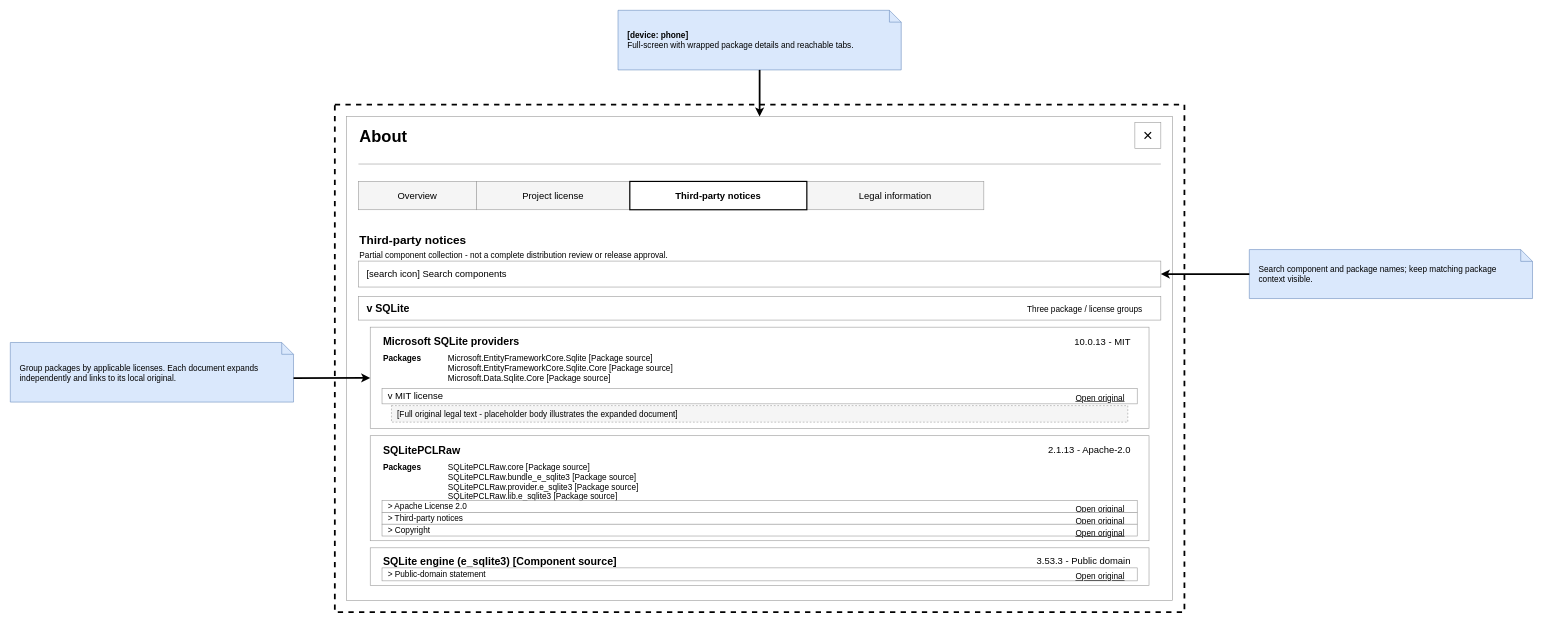
eG-dev/MONkEY keeps this draw.io diagram as docs/design/wireframes/about/about-notices-wireframe.drawio. Above is the earlier version. Source tidied: cells renumbered, new cells numbered last; positions are measured from the earlier drawing's top-left corner, leaving out a move shared by most shapes. Both pictures are drawn from the tidied source at 59%, with x=0, y=0 at pixel (10, 10).
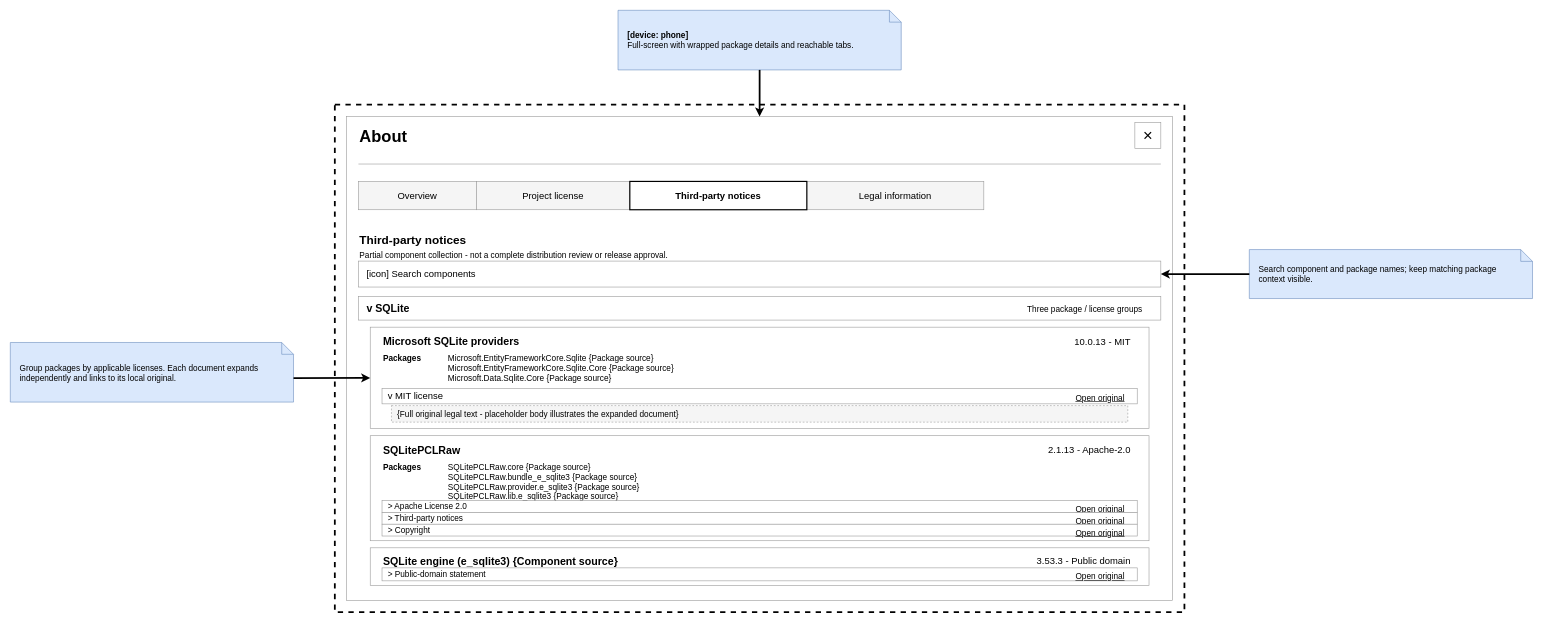
Above is the later version.

Commit message (it also covers changes not shown here):
Apply placeholder and annotation conventions to wireframes (R6 draft)

The edit, as a diff of the source:
```diff
@@
-    <mxCell id="11" value="[search icon] Search components" style="rounded=0;whiteSpace=wrap;html=1;fontFamily=Calibri;fontSize=16;align=left;spacingLeft=12;fillColor=#FFFFFF;strokeColor=#999999;" parent="1" vertex="1">
+    <mxCell id="11" value="[icon] Search components" style="rounded=0;whiteSpace=wrap;html=1;fontFamily=Calibri;fontSize=16;align=left;spacingLeft=12;fillColor=#FFFFFF;strokeColor=#999999;" parent="1" vertex="1">
       <mxGeometry x="590" y="425" width="1360" height="44" as="geometry" />
     </mxCell>
@@
-    <mxCell id="19" value="Microsoft.EntityFrameworkCore.Sqlite [Package source]&#10;Microsoft.EntityFrameworkCore.Sqlite.Core [Package source]&#10;Microsoft.Data.Sqlite.Core [Package source]" style="text;html=1;fontFamily=Calibri;fontSize=14;align=left;verticalAlign=top;" parent="1" vertex="1">
+    <mxCell id="19" value="Microsoft.EntityFrameworkCore.Sqlite {Package source}&#10;Microsoft.EntityFrameworkCore.Sqlite.Core {Package source}&#10;Microsoft.Data.Sqlite.Core {Package source}" style="text;html=1;fontFamily=Calibri;fontSize=14;align=left;verticalAlign=top;" parent="1" vertex="1">
       <mxGeometry x="740" y="575" width="1140" height="60" as="geometry" />
     </mxCell>
@@
-    <mxCell id="22" value="[Full original legal text - placeholder body illustrates the expanded document]" style="rounded=0;dashed=1;whiteSpace=wrap;html=1;fontFamily=Calibri;fontSize=14;align=left;spacingLeft=8;fillColor=#f5f5f5;strokeColor=#999999;" parent="1" vertex="1">
+    <mxCell id="22" value="{Full original legal text - placeholder body illustrates the expanded document}" style="rounded=0;dashed=1;whiteSpace=wrap;html=1;fontFamily=Calibri;fontSize=14;align=left;spacingLeft=8;fillColor=#f5f5f5;strokeColor=#999999;" parent="1" vertex="1">
       <mxGeometry x="646" y="670" width="1248" height="28" as="geometry" />
     </mxCell>
@@
-    <mxCell id="27" value="SQLitePCLRaw.core [Package source]&#10;SQLitePCLRaw.bundle_e_sqlite3 [Package source]&#10;SQLitePCLRaw.provider.e_sqlite3 [Package source]&#10;SQLitePCLRaw.lib.e_sqlite3 [Package source]" style="text;html=1;fontFamily=Calibri;fontSize=14;align=left;verticalAlign=top;" parent="1" vertex="1">
+    <mxCell id="27" value="SQLitePCLRaw.core {Package source}&#10;SQLitePCLRaw.bundle_e_sqlite3 {Package source}&#10;SQLitePCLRaw.provider.e_sqlite3 {Package source}&#10;SQLitePCLRaw.lib.e_sqlite3 {Package source}" style="text;html=1;fontFamily=Calibri;fontSize=14;align=left;verticalAlign=top;" parent="1" vertex="1">
       <mxGeometry x="740" y="759" width="1140" height="68" as="geometry" />
     </mxCell>
@@
-    <mxCell id="35" value="SQLite engine (e_sqlite3) [Component source]" style="text;html=1;fontFamily=Calibri;fontSize=18;fontStyle=1;align=left;" parent="1" vertex="1">
+    <mxCell id="35" value="SQLite engine (e_sqlite3) {Component source}" style="text;html=1;fontFamily=Calibri;fontSize=18;fontStyle=1;align=left;" parent="1" vertex="1">
       <mxGeometry x="630" y="917" width="820" height="26" as="geometry" />
     </mxCell>
```
